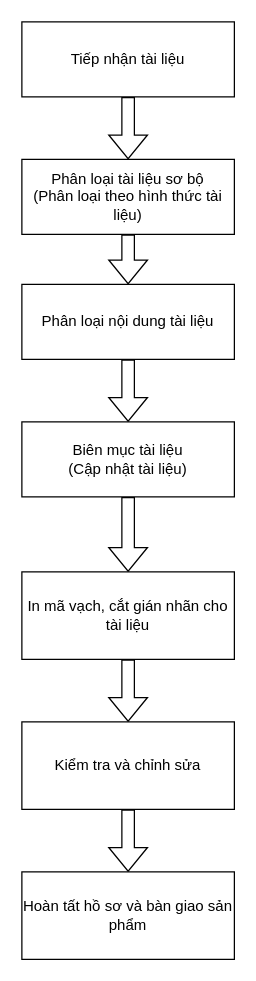
The draw.io diagram SODONGHIEPVU.drawio in LeeTaDa/LeTatDat, before the edit. Source tidied: cells renumbered, new cells numbered last; positions are measured from the earlier drawing's top-left corner, leaving out a move shared by most shapes. Both pictures are drawn from the tidied source at 125%, with x=0, y=0 at pixel (21, 21).
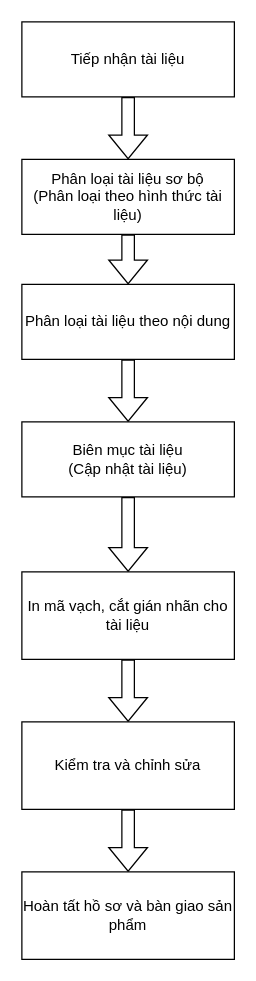
The same diagram, later.

Change to the diagram source:
```diff
@@
 <mxGraphModel>
   <root>
     <mxCell id="0" />
     <mxCell id="1" parent="0" />
     <mxCell id="2" style="rounded=0;html=1;jettySize=auto;fontSize=11;endArrow=block;endFill=0;strokeWidth=1;shadow=0;labelBackgroundColor=none;edgeStyle=orthogonalEdgeStyle;shape=flexArrow;entryX=0.5;entryY=0;entryDx=0;entryDy=0;" parent="1" edge="1" source="3" target="5">
       <mxGeometry relative="1" as="geometry" />
     </mxCell>
     <mxCell id="3" value="Tiếp nhận tài liệu" style="rounded=0;whiteSpace=wrap;html=1;fontSize=12;glass=0;strokeWidth=1;shadow=0;gradientColor=none;" parent="1" vertex="1">
       <mxGeometry width="170" height="60" as="geometry" />
     </mxCell>
     <mxCell id="4" style="edgeStyle=orthogonalEdgeStyle;rounded=0;jettySize=auto;html=1;entryX=0.5;entryY=0;entryDx=0;entryDy=0;shape=flexArrow;" parent="1" edge="1" source="5" target="7">
       <mxGeometry relative="1" as="geometry" />
     </mxCell>
     <mxCell id="5" value="Phân loại tài liệu sơ bộ&lt;div&gt;(Phân loại theo hình thức tài liệu)&lt;/div&gt;" style="rounded=0;whiteSpace=wrap;html=1;fontSize=12;glass=0;strokeWidth=1;shadow=0;" parent="1" vertex="1">
       <mxGeometry y="110" width="170" height="60" as="geometry" />
     </mxCell>
     <mxCell id="6" style="edgeStyle=orthogonalEdgeStyle;rounded=0;jettySize=auto;html=1;entryX=0.5;entryY=0;entryDx=0;entryDy=0;shape=flexArrow;" parent="1" edge="1" source="7" target="9">
       <mxGeometry relative="1" as="geometry" />
     </mxCell>
-    <mxCell id="7" value="Phân loại nội dung tài liệu" style="rounded=0;whiteSpace=wrap;html=1;" parent="1" vertex="1">
+    <mxCell id="7" value="Phân loại tài liệu theo nội dung" style="rounded=0;whiteSpace=wrap;html=1;" parent="1" vertex="1">
       <mxGeometry y="210" width="170" height="60" as="geometry" />
     </mxCell>
     <mxCell id="8" style="edgeStyle=orthogonalEdgeStyle;rounded=0;jettySize=auto;html=1;entryX=0.5;entryY=0;entryDx=0;entryDy=0;shape=flexArrow;" parent="1" edge="1" source="9" target="11">
       <mxGeometry relative="1" as="geometry" />
     </mxCell>
     <mxCell id="9" value="Biên mục tài liệu&lt;div&gt;(Cập nhật tài liệu)&lt;/div&gt;" style="rounded=0;whiteSpace=wrap;html=1;" parent="1" vertex="1">
       <mxGeometry y="320" width="170" height="60" as="geometry" />
     </mxCell>
     <mxCell id="10" style="edgeStyle=orthogonalEdgeStyle;rounded=0;jettySize=auto;html=1;entryX=0.5;entryY=0;entryDx=0;entryDy=0;shape=flexArrow;" parent="1" edge="1" source="11" target="13">
       <mxGeometry relative="1" as="geometry" />
     </mxCell>
     <mxCell id="11" value="In mã vạch, cắt gián nhãn cho tài liệu" style="rounded=0;whiteSpace=wrap;html=1;" parent="1" vertex="1">
       <mxGeometry y="440" width="170" height="70" as="geometry" />
     </mxCell>
     <mxCell id="12" style="edgeStyle=orthogonalEdgeStyle;rounded=0;jettySize=auto;html=1;entryX=0.5;entryY=0;entryDx=0;entryDy=0;shape=flexArrow;" parent="1" edge="1" source="13" target="14">
       <mxGeometry relative="1" as="geometry" />
     </mxCell>
     <mxCell id="13" value="Kiểm tra và chỉnh sửa" style="rounded=0;whiteSpace=wrap;html=1;" parent="1" vertex="1">
       <mxGeometry y="560" width="170" height="70" as="geometry" />
     </mxCell>
     <mxCell id="14" value="Hoàn tất hồ sơ và bàn giao sản phẩm" style="rounded=0;whiteSpace=wrap;html=1;" parent="1" vertex="1">
       <mxGeometry y="680" width="170" height="70" as="geometry" />
     </mxCell>
   </root>
 </mxGraphModel>
```
